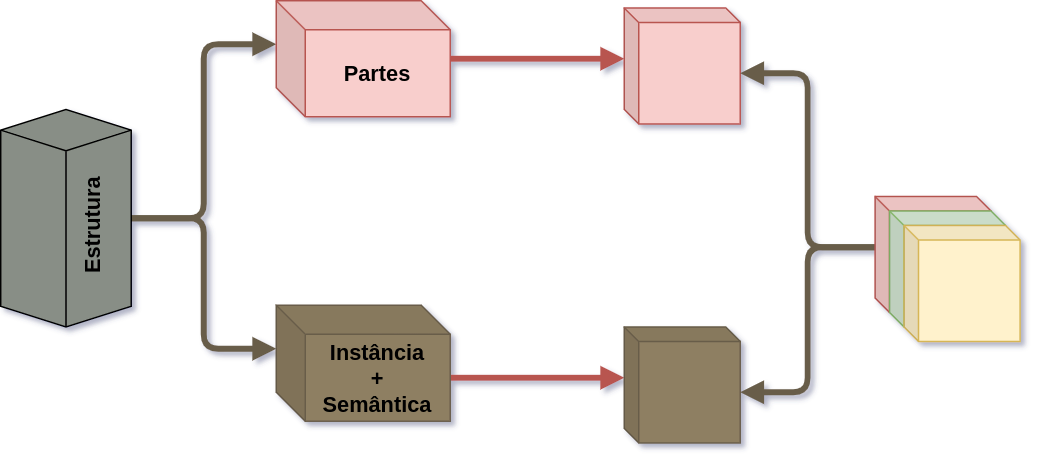
This is recursos/imagens/proposal/estrutura.png from Lucs1590/qualification-computer-science-unesp, a draw.io export, as it was before one commit. Source tidied: cells renumbered, new cells last; positions are measured from the earlier drawing's top-left corner, leaving out a move shared by most shapes. Source of this version:
```xml
<mxGraphModel>
  <root>
    <mxCell id="0" />
    <mxCell id="1" parent="0" />
    <mxCell id="2" style="edgeStyle=orthogonalEdgeStyle;rounded=1;jettySize=auto;html=1;entryX=0;entryY=0;entryDx=0;entryDy=30;entryPerimeter=0;strokeColor=#685d4a;strokeWidth=4;endArrow=block;endFill=1;" parent="1" edge="1" source="4" target="7">
      <mxGeometry relative="1" as="geometry" />
    </mxCell>
    <mxCell id="3" style="edgeStyle=orthogonalEdgeStyle;rounded=1;jettySize=auto;html=1;entryX=0;entryY=0;entryDx=0;entryDy=30;entryPerimeter=0;strokeColor=#685d4a;strokeWidth=4;endArrow=block;endFill=1;" parent="1" edge="1" source="4" target="17">
      <mxGeometry relative="1" as="geometry" />
    </mxCell>
    <mxCell id="4" style="html=1;whiteSpace=wrap;shape=isoCube2;backgroundOutline=1;isoAngle=10;fillColor=#888e86ff;" parent="1" vertex="1">
      <mxGeometry y="75" width="90" height="150" as="geometry" />
    </mxCell>
    <mxCell id="5" style="edgeStyle=orthogonalEdgeStyle;rounded=1;jettySize=auto;html=1;exitX=0;exitY=0;exitDx=120;exitDy=50;exitPerimeter=0;entryX=0;entryY=0;entryDx=0;entryDy=35;entryPerimeter=0;strokeWidth=4;endArrow=block;endFill=1;fillColor=#f8cecc;strokeColor=#b85450;" parent="1" edge="1" source="17" target="8">
      <mxGeometry relative="1" as="geometry" />
    </mxCell>
    <mxCell id="6" style="edgeStyle=orthogonalEdgeStyle;rounded=1;jettySize=auto;html=1;entryX=0;entryY=0;entryDx=0;entryDy=35;entryPerimeter=0;strokeWidth=4;endArrow=block;endFill=1;fillColor=#f8cecc;strokeColor=#b85450;" parent="1" edge="1" source="7" target="9">
      <mxGeometry relative="1" as="geometry" />
    </mxCell>
    <mxCell id="7" value="&lt;span style=&quot;font-size: 15px&quot;&gt;&lt;b&gt;Partes&lt;/b&gt;&lt;/span&gt;" style="shape=cube;whiteSpace=wrap;html=1;boundedLbl=1;backgroundOutline=1;darkOpacity=0.05;darkOpacity2=0.1;fillColor=#f8cecc;size=20;strokeColor=#b85450;" parent="1" vertex="1">
      <mxGeometry x="190" width="120" height="80" as="geometry" />
    </mxCell>
    <mxCell id="8" style="shape=cube;whiteSpace=wrap;html=1;boundedLbl=1;backgroundOutline=1;darkOpacity=0.05;darkOpacity2=0.1;fillColor=#8e7f62ff;size=10;strokeColor=#685D4A;" parent="1" vertex="1">
      <mxGeometry x="430" y="225" width="80" height="80" as="geometry" />
    </mxCell>
    <mxCell id="9" style="shape=cube;whiteSpace=wrap;html=1;boundedLbl=1;backgroundOutline=1;darkOpacity=0.05;darkOpacity2=0.1;fillColor=#f8cecc;size=10;strokeColor=#b85450;" parent="1" vertex="1">
      <mxGeometry x="430" y="5" width="80" height="80" as="geometry" />
    </mxCell>
    <mxCell id="10" style="edgeStyle=orthogonalEdgeStyle;rounded=1;jettySize=auto;html=1;exitX=0;exitY=0;exitDx=0;exitDy=35;exitPerimeter=0;entryX=0;entryY=0;entryDx=80;entryDy=45;entryPerimeter=0;strokeWidth=4;endArrow=block;endFill=1;strokeColor=#685d4a;" parent="1" edge="1" source="13" target="9">
      <mxGeometry relative="1" as="geometry" />
    </mxCell>
    <mxCell id="11" style="edgeStyle=orthogonalEdgeStyle;rounded=1;jettySize=auto;html=1;entryX=0;entryY=0;entryDx=80;entryDy=45;entryPerimeter=0;exitX=0;exitY=0;exitDx=0;exitDy=35;exitPerimeter=0;strokeWidth=4;endArrow=block;endFill=1;strokeColor=#685d4a;" parent="1" edge="1" source="13" target="8">
      <mxGeometry relative="1" as="geometry" />
    </mxCell>
    <mxCell id="12" style="group;" parent="1" vertex="1">
      <mxGeometry x="603" y="135" width="100" height="100" as="geometry" />
    </mxCell>
    <mxCell id="13" style="shape=cube;whiteSpace=wrap;html=1;boundedLbl=1;backgroundOutline=1;darkOpacity=0.05;darkOpacity2=0.1;fillColor=#f8cecc;size=10;strokeColor=#b85450;" parent="12" vertex="1">
      <mxGeometry width="80" height="80" as="geometry" />
    </mxCell>
    <mxCell id="14" style="shape=cube;whiteSpace=wrap;html=1;boundedLbl=1;backgroundOutline=1;darkOpacity=0.05;darkOpacity2=0.1;fillColor=#d5e8d4;size=10;strokeColor=#82b366;" parent="12" vertex="1">
      <mxGeometry x="10" y="10" width="80" height="80" as="geometry" />
    </mxCell>
    <mxCell id="15" style="shape=cube;whiteSpace=wrap;html=1;boundedLbl=1;backgroundOutline=1;darkOpacity=0.05;darkOpacity2=0.1;fillColor=#fff2cc;size=10;strokeColor=#d6b656;" parent="12" vertex="1">
      <mxGeometry x="20" y="20" width="80" height="80" as="geometry" />
    </mxCell>
    <mxCell id="16" value="&lt;b&gt;Estrutura&lt;/b&gt;" style="text;html=1;strokeColor=none;fillColor=none;align=center;verticalAlign=middle;whiteSpace=wrap;rounded=0;fontSize=15;fontColor=#000000;rotation=-90;" parent="1" vertex="1">
      <mxGeometry x="33" y="140" width="60" height="30" as="geometry" />
    </mxCell>
    <mxCell id="17" value="&lt;span style=&quot;font-size: 15px&quot;&gt;&lt;b&gt;Instância&lt;br&gt;+&lt;br&gt;Semântica&lt;br&gt;&lt;/b&gt;&lt;/span&gt;" style="shape=cube;whiteSpace=wrap;html=1;boundedLbl=1;backgroundOutline=1;darkOpacity=0.05;darkOpacity2=0.1;fillColor=#8e7f62ff;size=20;strokeColor=#685D4A;" parent="1" vertex="1">
      <mxGeometry x="190" y="210" width="120" height="80" as="geometry" />
    </mxCell>
  </root>
</mxGraphModel>
```
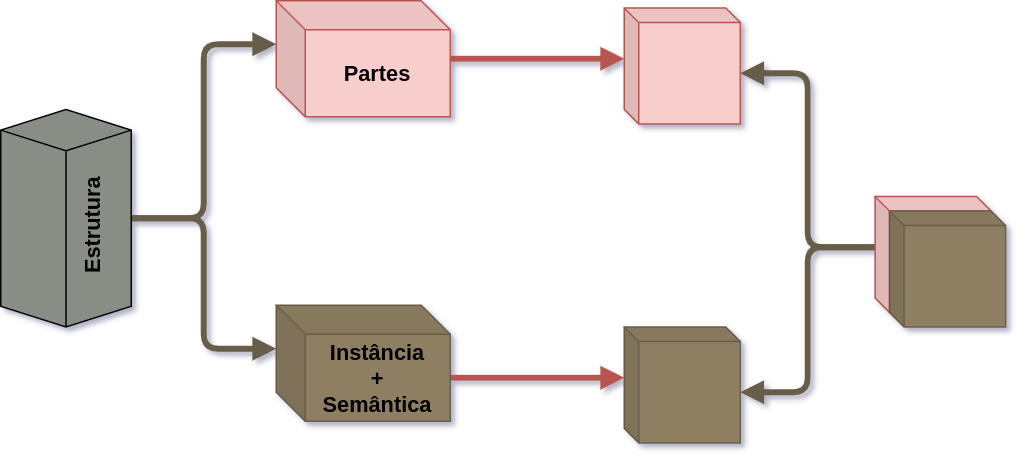
Above is the later version.

The edit, as a diff of the source:
```diff
@@ -5,13 +5,13 @@
     <mxCell id="2" style="edgeStyle=orthogonalEdgeStyle;rounded=1;jettySize=auto;html=1;entryX=0;entryY=0;entryDx=0;entryDy=30;entryPerimeter=0;strokeColor=#685d4a;strokeWidth=4;endArrow=block;endFill=1;" parent="1" edge="1" source="4" target="7">
       <mxGeometry relative="1" as="geometry" />
     </mxCell>
-    <mxCell id="3" style="edgeStyle=orthogonalEdgeStyle;rounded=1;jettySize=auto;html=1;entryX=0;entryY=0;entryDx=0;entryDy=30;entryPerimeter=0;strokeColor=#685d4a;strokeWidth=4;endArrow=block;endFill=1;" parent="1" edge="1" source="4" target="17">
+    <mxCell id="3" style="edgeStyle=orthogonalEdgeStyle;rounded=1;jettySize=auto;html=1;entryX=0;entryY=0;entryDx=0;entryDy=30;entryPerimeter=0;strokeColor=#685d4a;strokeWidth=4;endArrow=block;endFill=1;" parent="1" edge="1" source="4" target="13">
       <mxGeometry relative="1" as="geometry" />
     </mxCell>
     <mxCell id="4" style="html=1;whiteSpace=wrap;shape=isoCube2;backgroundOutline=1;isoAngle=10;fillColor=#888e86ff;" parent="1" vertex="1">
       <mxGeometry y="75" width="90" height="150" as="geometry" />
     </mxCell>
-    <mxCell id="5" style="edgeStyle=orthogonalEdgeStyle;rounded=1;jettySize=auto;html=1;exitX=0;exitY=0;exitDx=120;exitDy=50;exitPerimeter=0;entryX=0;entryY=0;entryDx=0;entryDy=35;entryPerimeter=0;strokeWidth=4;endArrow=block;endFill=1;fillColor=#f8cecc;strokeColor=#b85450;" parent="1" edge="1" source="17" target="8">
+    <mxCell id="5" style="edgeStyle=orthogonalEdgeStyle;rounded=1;jettySize=auto;html=1;exitX=0;exitY=0;exitDx=120;exitDy=50;exitPerimeter=0;entryX=0;entryY=0;entryDx=0;entryDy=35;entryPerimeter=0;strokeWidth=4;endArrow=block;endFill=1;fillColor=#f8cecc;strokeColor=#b85450;" parent="1" edge="1" source="13" target="8">
       <mxGeometry relative="1" as="geometry" />
     </mxCell>
     <mxCell id="6" style="edgeStyle=orthogonalEdgeStyle;rounded=1;jettySize=auto;html=1;entryX=0;entryY=0;entryDx=0;entryDy=35;entryPerimeter=0;strokeWidth=4;endArrow=block;endFill=1;fillColor=#f8cecc;strokeColor=#b85450;" parent="1" edge="1" source="7" target="9">
@@ -26,29 +26,23 @@
     <mxCell id="9" style="shape=cube;whiteSpace=wrap;html=1;boundedLbl=1;backgroundOutline=1;darkOpacity=0.05;darkOpacity2=0.1;fillColor=#f8cecc;size=10;strokeColor=#b85450;" parent="1" vertex="1">
       <mxGeometry x="430" y="5" width="80" height="80" as="geometry" />
     </mxCell>
-    <mxCell id="10" style="edgeStyle=orthogonalEdgeStyle;rounded=1;jettySize=auto;html=1;exitX=0;exitY=0;exitDx=0;exitDy=35;exitPerimeter=0;entryX=0;entryY=0;entryDx=80;entryDy=45;entryPerimeter=0;strokeWidth=4;endArrow=block;endFill=1;strokeColor=#685d4a;" parent="1" edge="1" source="13" target="9">
+    <mxCell id="10" style="edgeStyle=orthogonalEdgeStyle;rounded=1;jettySize=auto;html=1;exitX=0;exitY=0;exitDx=0;exitDy=35;exitPerimeter=0;entryX=0;entryY=0;entryDx=80;entryDy=45;entryPerimeter=0;strokeWidth=4;endArrow=block;endFill=1;strokeColor=#685d4a;" parent="1" edge="1" source="14" target="9">
       <mxGeometry relative="1" as="geometry" />
     </mxCell>
-    <mxCell id="11" style="edgeStyle=orthogonalEdgeStyle;rounded=1;jettySize=auto;html=1;entryX=0;entryY=0;entryDx=80;entryDy=45;entryPerimeter=0;exitX=0;exitY=0;exitDx=0;exitDy=35;exitPerimeter=0;strokeWidth=4;endArrow=block;endFill=1;strokeColor=#685d4a;" parent="1" edge="1" source="13" target="8">
+    <mxCell id="11" style="edgeStyle=orthogonalEdgeStyle;rounded=1;jettySize=auto;html=1;entryX=0;entryY=0;entryDx=80;entryDy=45;entryPerimeter=0;exitX=0;exitY=0;exitDx=0;exitDy=35;exitPerimeter=0;strokeWidth=4;endArrow=block;endFill=1;strokeColor=#685d4a;" parent="1" edge="1" source="14" target="8">
       <mxGeometry relative="1" as="geometry" />
     </mxCell>
-    <mxCell id="12" style="group;" parent="1" vertex="1">
-      <mxGeometry x="603" y="135" width="100" height="100" as="geometry" />
+    <mxCell id="12" value="&lt;b&gt;Estrutura&lt;/b&gt;" style="text;html=1;strokeColor=none;fillColor=none;align=center;verticalAlign=middle;whiteSpace=wrap;rounded=0;fontSize=15;fontColor=#000000;rotation=-90;" parent="1" vertex="1">
+      <mxGeometry x="33" y="140" width="60" height="30" as="geometry" />
     </mxCell>
-    <mxCell id="13" style="shape=cube;whiteSpace=wrap;html=1;boundedLbl=1;backgroundOutline=1;darkOpacity=0.05;darkOpacity2=0.1;fillColor=#f8cecc;size=10;strokeColor=#b85450;" parent="12" vertex="1">
-      <mxGeometry width="80" height="80" as="geometry" />
+    <mxCell id="13" value="&lt;span style=&quot;font-size: 15px&quot;&gt;&lt;b&gt;Instância&lt;br&gt;+&lt;br&gt;Semântica&lt;br&gt;&lt;/b&gt;&lt;/span&gt;" style="shape=cube;whiteSpace=wrap;html=1;boundedLbl=1;backgroundOutline=1;darkOpacity=0.05;darkOpacity2=0.1;fillColor=#8e7f62ff;size=20;strokeColor=#685D4A;" parent="1" vertex="1">
+      <mxGeometry x="190" y="210" width="120" height="80" as="geometry" />
     </mxCell>
-    <mxCell id="14" style="shape=cube;whiteSpace=wrap;html=1;boundedLbl=1;backgroundOutline=1;darkOpacity=0.05;darkOpacity2=0.1;fillColor=#d5e8d4;size=10;strokeColor=#82b366;" parent="12" vertex="1">
-      <mxGeometry x="10" y="10" width="80" height="80" as="geometry" />
+    <mxCell id="14" style="shape=cube;whiteSpace=wrap;html=1;boundedLbl=1;backgroundOutline=1;darkOpacity=0.05;darkOpacity2=0.1;fillColor=#f8cecc;size=10;strokeColor=#b85450;" parent="1" vertex="1">
+      <mxGeometry x="603" y="135" width="80" height="80" as="geometry" />
     </mxCell>
-    <mxCell id="15" style="shape=cube;whiteSpace=wrap;html=1;boundedLbl=1;backgroundOutline=1;darkOpacity=0.05;darkOpacity2=0.1;fillColor=#fff2cc;size=10;strokeColor=#d6b656;" parent="12" vertex="1">
-      <mxGeometry x="20" y="20" width="80" height="80" as="geometry" />
+    <mxCell id="15" style="shape=cube;whiteSpace=wrap;html=1;boundedLbl=1;backgroundOutline=1;darkOpacity=0.05;darkOpacity2=0.1;fillColor=#8e7f62;size=10;strokeColor=#685D4A;" parent="1" vertex="1">
+      <mxGeometry x="613" y="145" width="80" height="80" as="geometry" />
     </mxCell>
-    <mxCell id="16" value="&lt;b&gt;Estrutura&lt;/b&gt;" style="text;html=1;strokeColor=none;fillColor=none;align=center;verticalAlign=middle;whiteSpace=wrap;rounded=0;fontSize=15;fontColor=#000000;rotation=-90;" parent="1" vertex="1">
-      <mxGeometry x="33" y="140" width="60" height="30" as="geometry" />
-    </mxCell>
-    <mxCell id="17" value="&lt;span style=&quot;font-size: 15px&quot;&gt;&lt;b&gt;Instância&lt;br&gt;+&lt;br&gt;Semântica&lt;br&gt;&lt;/b&gt;&lt;/span&gt;" style="shape=cube;whiteSpace=wrap;html=1;boundedLbl=1;backgroundOutline=1;darkOpacity=0.05;darkOpacity2=0.1;fillColor=#8e7f62ff;size=20;strokeColor=#685D4A;" parent="1" vertex="1">
-      <mxGeometry x="190" y="210" width="120" height="80" as="geometry" />
-    </mxCell>
   </root>
 </mxGraphModel>
```
